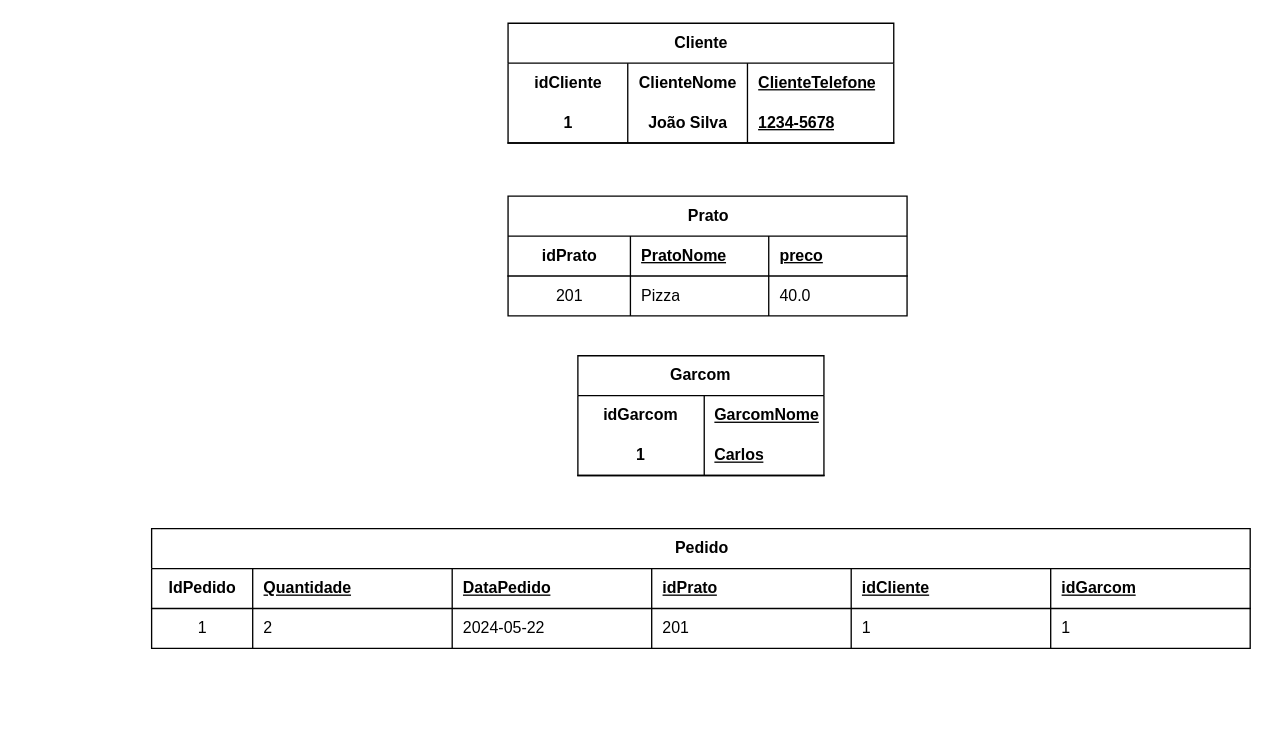
Above: Atividade Normalização/pedidos.drawio in queirogaraffael/relational-database (draw.io), before the change. Source tidied: cells renumbered, new cells numbered last; positions are measured from the earlier drawing's top-left corner, leaving out a move shared by most shapes. Both pictures are drawn from the tidied source at 133%, with x=0, y=0 at pixel (150, 23).
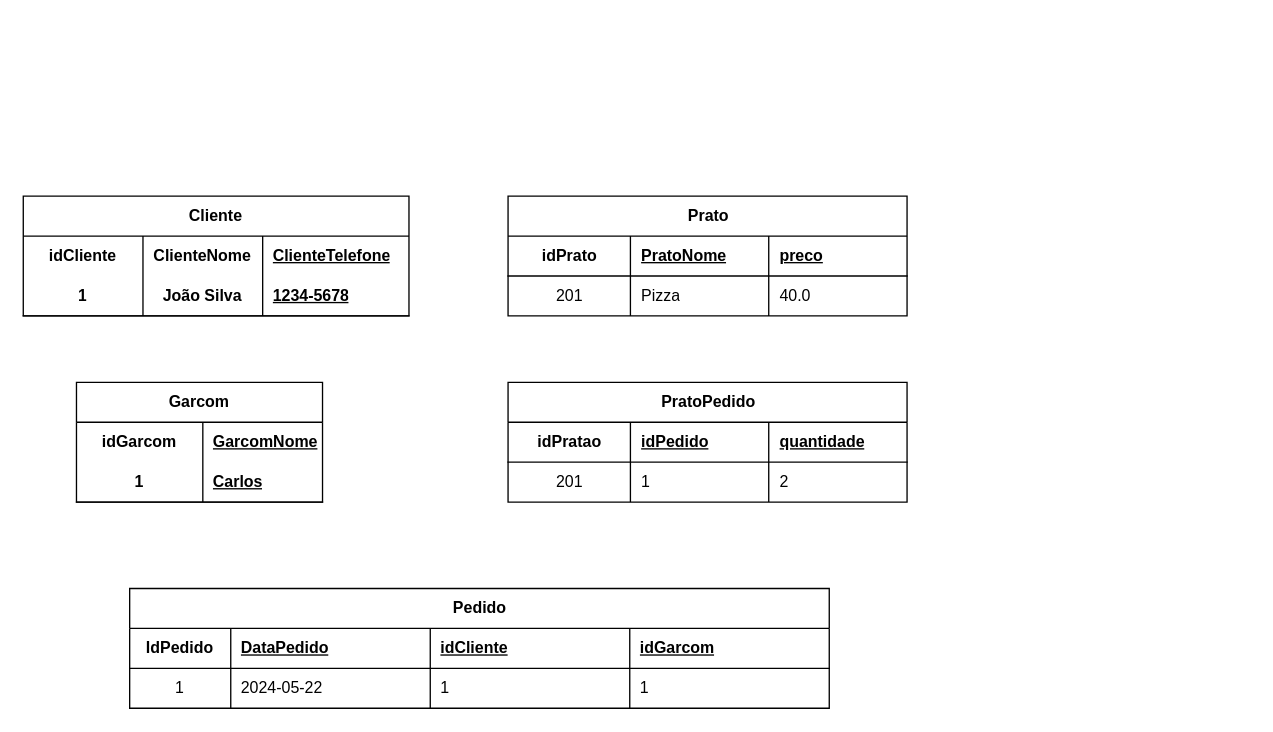
The same page after the edit.

What changed in the source:
```diff
@@
     <mxCell id="2" value="Garcom" style="shape=table;startSize=30;childLayout=tableLayout;rowLines=0;fontStyle=1;align=center;html=1;whiteSpace=wrap;" parent="1" vertex="1">
-      <mxGeometry x="321" y="250" width="185" height="90" as="geometry" />
+      <mxGeometry x="-56" y="270" width="185" height="90" as="geometry" />
     </mxCell>
@@
     <mxCell id="9" value="Cliente" style="shape=table;startSize=30;childLayout=tableLayout;rowLines=0;fontStyle=1;align=center;html=1;whiteSpace=wrap;" parent="1" vertex="1">
-      <mxGeometry x="268.5" width="290" height="90" as="geometry" />
+      <mxGeometry x="-96" y="130" width="290" height="90" as="geometry" />
     </mxCell>
@@
     <mxCell id="27" value="Pedido" style="shape=table;startSize=30;childLayout=tableLayout;rowLines=0;fontStyle=1;align=center;html=1;" parent="1" vertex="1">
-      <mxGeometry x="0.5" y="380" width="826" height="90" as="geometry" />
+      <mxGeometry x="-16" y="425" width="526" height="90" as="geometry" />
     </mxCell>
     <mxCell id="28" style="shape=tableRow;horizontal=0;startSize=0;swimlaneHead=0;swimlaneBody=0;fillColor=none;top=0;left=0;right=0;bottom=1;" parent="27" vertex="1">
-      <mxGeometry y="30" width="826" height="30" as="geometry" />
+      <mxGeometry y="30" width="526" height="30" as="geometry" />
     </mxCell>
@@
-    <mxCell id="30" value="Quantidade" style="shape=partialRectangle;fillColor=none;top=0;left=0;bottom=0;right=0;align=left;spacingLeft=6;fontStyle=5;overflow=hidden;whiteSpace=wrap;html=1;" parent="28" vertex="1">
+    <mxCell id="30" value="DataPedido" style="shape=partialRectangle;fillColor=none;top=0;left=0;bottom=0;right=0;align=left;spacingLeft=6;fontStyle=5;overflow=hidden;whiteSpace=wrap;html=1;" parent="28" vertex="1">
       <mxGeometry x="76" width="150" height="30" as="geometry" />
     </mxCell>
-    <mxCell id="31" value="DataPedido" style="shape=partialRectangle;fillColor=none;top=0;left=0;bottom=0;right=0;align=left;spacingLeft=6;fontStyle=5;overflow=hidden;whiteSpace=wrap;html=1;" parent="28" vertex="1">
+    <mxCell id="31" value="idCliente" style="shape=partialRectangle;fillColor=none;top=0;left=0;bottom=0;right=0;align=left;spacingLeft=6;fontStyle=5;overflow=hidden;whiteSpace=wrap;html=1;" parent="28" vertex="1">
       <mxGeometry x="226" width="150" height="30" as="geometry" />
     </mxCell>
-    <mxCell id="32" value="idPrato" style="shape=partialRectangle;fillColor=none;top=0;left=0;bottom=0;right=0;align=left;spacingLeft=6;fontStyle=5;overflow=hidden;whiteSpace=wrap;html=1;" parent="28" vertex="1">
+    <mxCell id="32" value="idGarcom" style="shape=partialRectangle;fillColor=none;top=0;left=0;bottom=0;right=0;align=left;spacingLeft=6;fontStyle=5;overflow=hidden;whiteSpace=wrap;html=1;" parent="28" vertex="1">
       <mxGeometry x="376" width="150" height="30" as="geometry" />
     </mxCell>
-    <mxCell id="33" value="idCliente" style="shape=partialRectangle;fillColor=none;top=0;left=0;bottom=0;right=0;align=left;spacingLeft=6;fontStyle=5;overflow=hidden;whiteSpace=wrap;html=1;" parent="28" vertex="1">
-      <mxGeometry x="526" width="150" height="30" as="geometry" />
-    </mxCell>
-    <mxCell id="34" value="idGarcom" style="shape=partialRectangle;fillColor=none;top=0;left=0;bottom=0;right=0;align=left;spacingLeft=6;fontStyle=5;overflow=hidden;whiteSpace=wrap;html=1;" parent="28" vertex="1">
-      <mxGeometry x="676" width="150" height="30" as="geometry" />
-    </mxCell>
     <mxCell id="35" style="shape=tableRow;horizontal=0;startSize=0;swimlaneHead=0;swimlaneBody=0;fillColor=none;top=0;left=0;right=0;bottom=0;" parent="27" vertex="1">
-      <mxGeometry y="60" width="826" height="30" as="geometry" />
+      <mxGeometry y="60" width="526" height="30" as="geometry" />
     </mxCell>
@@
-    <mxCell id="37" value="2" style="shape=partialRectangle;fillColor=none;top=0;left=0;bottom=0;right=0;align=left;spacingLeft=6;overflow=hidden;whiteSpace=wrap;html=1;" parent="35" vertex="1">
+    <mxCell id="37" value="2024-05-22" style="shape=partialRectangle;fillColor=none;top=0;left=0;bottom=0;right=0;align=left;spacingLeft=6;overflow=hidden;whiteSpace=wrap;html=1;" parent="35" vertex="1">
       <mxGeometry x="76" width="150" height="30" as="geometry" />
     </mxCell>
-    <mxCell id="38" value="2024-05-22" style="shape=partialRectangle;fillColor=none;top=0;left=0;bottom=0;right=0;align=left;spacingLeft=6;overflow=hidden;whiteSpace=wrap;html=1;" parent="35" vertex="1">
+    <mxCell id="38" value="1" style="shape=partialRectangle;fillColor=none;top=0;left=0;bottom=0;right=0;align=left;spacingLeft=6;overflow=hidden;whiteSpace=wrap;html=1;" parent="35" vertex="1">
       <mxGeometry x="226" width="150" height="30" as="geometry" />
     </mxCell>
-    <mxCell id="39" value="201" style="shape=partialRectangle;fillColor=none;top=0;left=0;bottom=0;right=0;align=left;spacingLeft=6;overflow=hidden;whiteSpace=wrap;html=1;" parent="35" vertex="1">
+    <mxCell id="39" value="1" style="shape=partialRectangle;fillColor=none;top=0;left=0;bottom=0;right=0;align=left;spacingLeft=6;overflow=hidden;whiteSpace=wrap;html=1;" parent="35" vertex="1">
       <mxGeometry x="376" width="150" height="30" as="geometry" />
     </mxCell>
-    <mxCell id="40" value="1" style="shape=partialRectangle;fillColor=none;top=0;left=0;bottom=0;right=0;align=left;spacingLeft=6;overflow=hidden;whiteSpace=wrap;html=1;" parent="35" vertex="1">
-      <mxGeometry x="526" width="150" height="30" as="geometry" />
-    </mxCell>
-    <mxCell id="41" value="1" style="shape=partialRectangle;fillColor=none;top=0;left=0;bottom=0;right=0;align=left;spacingLeft=6;overflow=hidden;whiteSpace=wrap;html=1;" parent="35" vertex="1">
-      <mxGeometry x="676" width="150" height="30" as="geometry" />
-    </mxCell>
+    <mxCell id="42" value="PratoPedido" style="shape=table;startSize=30;childLayout=tableLayout;rowLines=0;fontStyle=1;align=center;html=1;" parent="1" vertex="1">
+      <mxGeometry x="268.5" y="270" width="300" height="90" as="geometry" />
+    </mxCell>
+    <mxCell id="43" style="shape=tableRow;horizontal=0;startSize=0;swimlaneHead=0;swimlaneBody=0;fillColor=none;top=0;left=0;right=0;bottom=1;" parent="42" vertex="1">
+      <mxGeometry y="30" width="300" height="30" as="geometry" />
+    </mxCell>
+    <mxCell id="44" value="idPratao" style="shape=partialRectangle;fillColor=none;top=0;left=0;bottom=0;right=0;fontStyle=1;overflow=hidden;whiteSpace=wrap;html=1;" parent="43" vertex="1">
+      <mxGeometry width="92" height="30" as="geometry" />
+    </mxCell>
+    <mxCell id="45" value="idPedido" style="shape=partialRectangle;fillColor=none;top=0;left=0;bottom=0;right=0;align=left;spacingLeft=6;fontStyle=5;overflow=hidden;whiteSpace=wrap;html=1;" parent="43" vertex="1">
+      <mxGeometry x="92" width="104" height="30" as="geometry" />
+    </mxCell>
+    <mxCell id="46" value="quantidade" style="shape=partialRectangle;fillColor=none;top=0;left=0;bottom=0;right=0;align=left;spacingLeft=6;fontStyle=5;overflow=hidden;whiteSpace=wrap;html=1;" parent="43" vertex="1">
+      <mxGeometry x="196" width="104" height="30" as="geometry" />
+    </mxCell>
+    <mxCell id="47" style="shape=tableRow;horizontal=0;startSize=0;swimlaneHead=0;swimlaneBody=0;fillColor=none;top=0;left=0;right=0;bottom=0;" parent="42" vertex="1">
+      <mxGeometry y="60" width="300" height="30" as="geometry" />
+    </mxCell>
+    <mxCell id="48" value="201" style="shape=partialRectangle;fillColor=none;top=0;left=0;bottom=0;right=0;overflow=hidden;whiteSpace=wrap;html=1;" parent="47" vertex="1">
+      <mxGeometry width="92" height="30" as="geometry" />
+    </mxCell>
+    <mxCell id="49" value="1" style="shape=partialRectangle;fillColor=none;top=0;left=0;bottom=0;right=0;align=left;spacingLeft=6;overflow=hidden;whiteSpace=wrap;html=1;" parent="47" vertex="1">
+      <mxGeometry x="92" width="104" height="30" as="geometry" />
+    </mxCell>
+    <mxCell id="50" value="2" style="shape=partialRectangle;fillColor=none;top=0;left=0;bottom=0;right=0;align=left;spacingLeft=6;overflow=hidden;whiteSpace=wrap;html=1;" parent="47" vertex="1">
+      <mxGeometry x="196" width="104" height="30" as="geometry" />
+    </mxCell>
```
